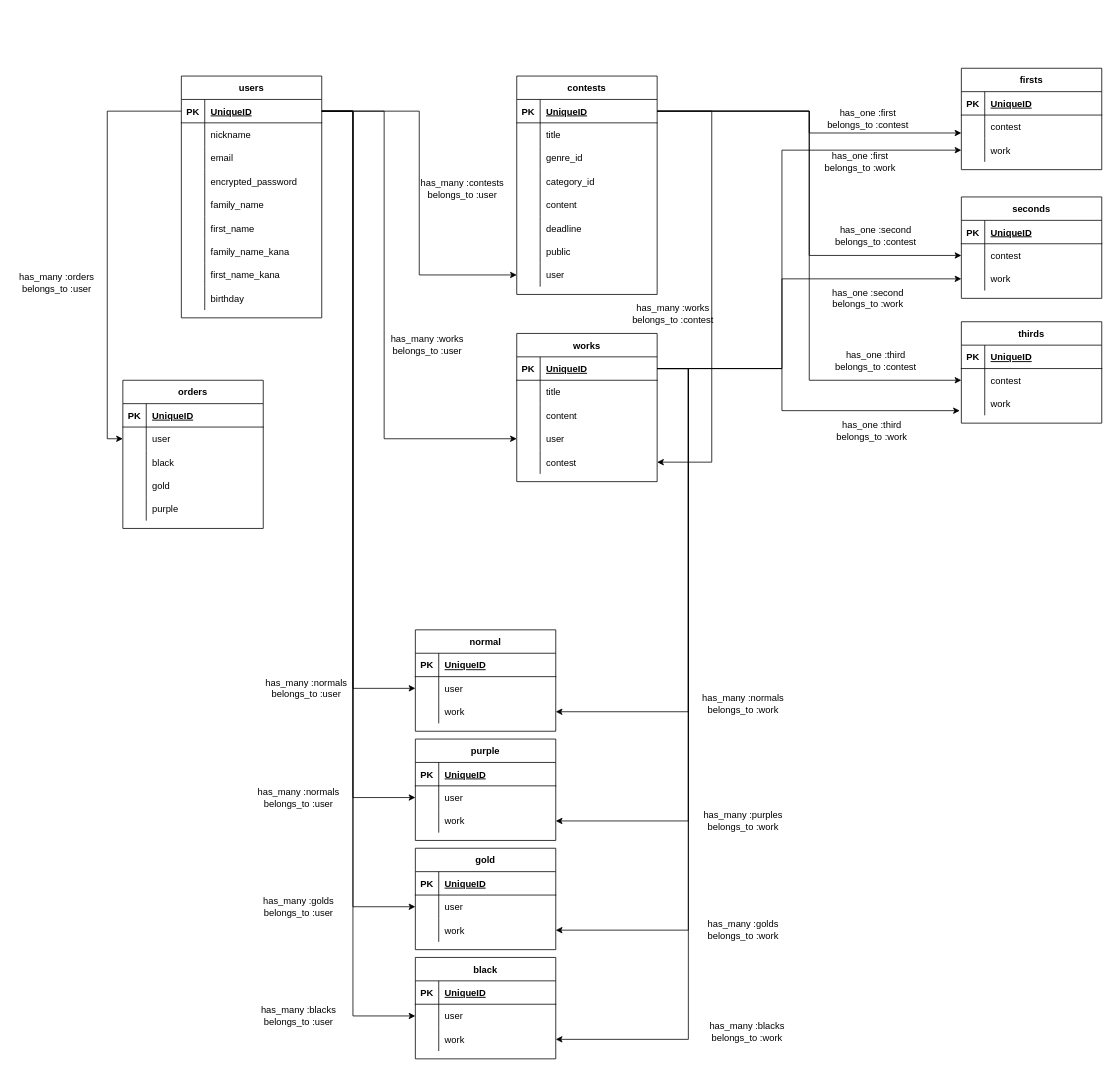
Before: e-r.dio in tokiya-takai/moroheiya, a draw.io diagram. Source tidied: cells renumbered, new cells numbered last; positions are measured from the earlier drawing's top-left corner, leaving out a move shared by most shapes. Both pictures are drawn from the tidied source at 78%, with x=0, y=0 at pixel (13, 68).
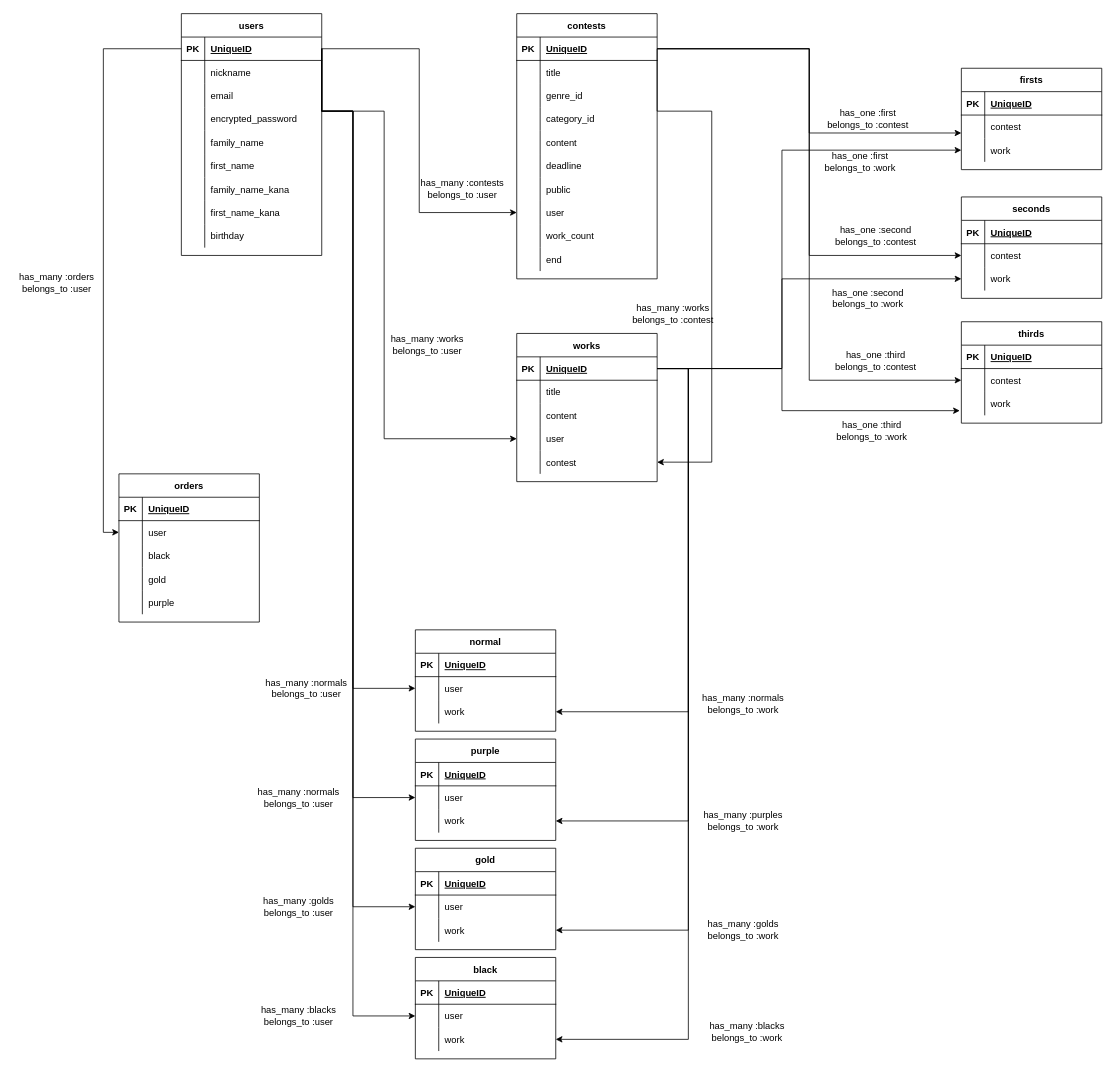
After the change.

What changed in the source:
```diff
@@
     <mxCell id="2" value="users" style="shape=table;startSize=30;childLayout=tableLayout;rowLines=0;fontStyle=1;align=center;" parent="1" vertex="1">
-      <mxGeometry x="215" y="10" width="180" height="310" as="geometry" />
+      <mxGeometry x="215" y="-70" width="180" height="310" as="geometry" />
     </mxCell>
@@
     <mxCell id="30" value="contests" style="shape=table;startSize=30;childLayout=tableLayout;rowLines=0;fontStyle=1;align=center;" parent="1" vertex="1">
-      <mxGeometry x="645" y="10" width="180" height="280" as="geometry" />
+      <mxGeometry x="645" y="-70" width="180" height="340" as="geometry" />
     </mxCell>
@@
+    <mxCell id="193" style="shape=partialRectangle;fillColor=none;top=0;left=0;bottom=0;right=0;" parent="30" vertex="1">
+      <mxGeometry y="270" width="180" height="30" as="geometry" />
+    </mxCell>
+    <mxCell id="194" style="shape=partialRectangle;fillColor=none;top=0;left=0;bottom=0;right=0;overflow=hidden;" parent="193" vertex="1">
+      <mxGeometry width="30" height="30" as="geometry" />
+    </mxCell>
+    <mxCell id="195" value="work_count" style="shape=partialRectangle;fillColor=none;top=0;left=0;bottom=0;right=0;align=left;spacingLeft=6;overflow=hidden;" parent="193" vertex="1">
+      <mxGeometry x="30" width="150" height="30" as="geometry" />
+    </mxCell>
+    <mxCell id="196" style="shape=partialRectangle;fillColor=none;top=0;left=0;bottom=0;right=0;" parent="30" vertex="1">
+      <mxGeometry y="300" width="180" height="30" as="geometry" />
+    </mxCell>
+    <mxCell id="197" style="shape=partialRectangle;fillColor=none;top=0;left=0;bottom=0;right=0;overflow=hidden;" parent="196" vertex="1">
+      <mxGeometry width="30" height="30" as="geometry" />
+    </mxCell>
+    <mxCell id="198" value="end" style="shape=partialRectangle;fillColor=none;top=0;left=0;bottom=0;right=0;align=left;spacingLeft=6;overflow=hidden;" parent="196" vertex="1">
+      <mxGeometry x="30" width="150" height="30" as="geometry" />
+    </mxCell>
@@
     <mxCell id="133" value="orders" style="shape=table;startSize=30;childLayout=tableLayout;rowLines=0;fontStyle=1;align=center;" parent="1" vertex="1">
-      <mxGeometry x="140" y="400" width="180" height="190" as="geometry" />
+      <mxGeometry x="135" y="520" width="180" height="190" as="geometry" />
     </mxCell>
```
